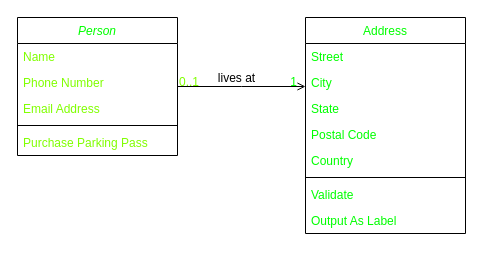
Before: UMLDiagram.drawio in Michalju/week3_day5_homework, a draw.io diagram. Source tidied: cells renumbered, new cells numbered last; positions are measured from the earlier drawing's top-left corner, leaving out a move shared by most shapes. Both pictures are drawn from the tidied source at 100%, with x=0, y=0 at pixel (17, 17).
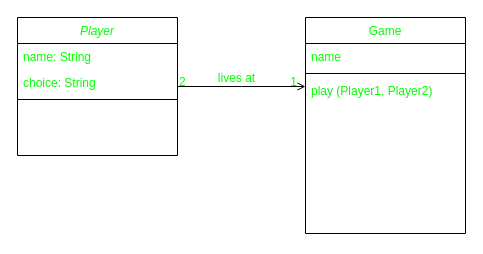
The same page after the edit.

Commit message:
created uml class design

Diff of the diagram source:
```diff
@@
-    <mxCell id="2" value="Person" style="swimlane;fontStyle=2;align=center;verticalAlign=top;horizontal=1;startSize=26;rounded=0;shadow=0;strokeWidth=1;fontColor=#00FF00;" parent="1" vertex="1">
+    <mxCell id="2" value="Player" style="swimlane;fontStyle=2;align=center;verticalAlign=top;horizontal=1;startSize=26;rounded=0;shadow=0;strokeWidth=1;fontColor=#00FF00;" parent="1" vertex="1">
       <mxGeometry width="160" height="138" as="geometry" />
     </mxCell>
-    <mxCell id="3" value="Name" style="text;align=left;verticalAlign=top;spacingLeft=4;spacingRight=4;overflow=hidden;fontColor=#80FF00;" parent="2" vertex="1">
+    <mxCell id="3" value="name: String" style="text;align=left;verticalAlign=top;spacingLeft=4;spacingRight=4;overflow=hidden;fontColor=#00FF00;" parent="2" vertex="1">
       <mxGeometry y="26" width="160" height="26" as="geometry" />
     </mxCell>
-    <mxCell id="4" value="Phone Number" style="text;align=left;verticalAlign=top;spacingLeft=4;spacingRight=4;overflow=hidden;rounded=0;shadow=0;html=0;fontColor=#80FF00;" parent="2" vertex="1">
+    <mxCell id="4" value="choice: String" style="text;align=left;verticalAlign=top;spacingLeft=4;spacingRight=4;overflow=hidden;rounded=0;shadow=0;html=0;fontColor=#00FF00;" parent="2" vertex="1">
       <mxGeometry y="52" width="160" height="26" as="geometry" />
     </mxCell>
-    <mxCell id="5" value="Email Address" style="text;align=left;verticalAlign=top;spacingLeft=4;spacingRight=4;overflow=hidden;rounded=0;shadow=0;html=0;fontColor=#80FF00;" parent="2" vertex="1">
-      <mxGeometry y="78" width="160" height="26" as="geometry" />
-    </mxCell>
-    <mxCell id="6" style="line;html=1;strokeWidth=1;align=left;verticalAlign=middle;spacingTop=-1;spacingLeft=3;spacingRight=3;labelPosition=right;fontColor=#80FF00;" parent="2" vertex="1">
-      <mxGeometry y="104" width="160" height="8" as="geometry" />
+    <mxCell id="6" style="line;html=1;strokeWidth=1;align=left;verticalAlign=middle;spacingTop=-1;spacingLeft=3;spacingRight=3;labelPosition=right;fontColor=#00FF00;" parent="2" vertex="1">
+      <mxGeometry y="78" width="160" height="8" as="geometry" />
     </mxCell>
-    <mxCell id="7" value="Purchase Parking Pass" style="text;align=left;verticalAlign=top;spacingLeft=4;spacingRight=4;overflow=hidden;fontColor=#80FF00;" parent="2" vertex="1">
-      <mxGeometry y="112" width="160" height="26" as="geometry" />
-    </mxCell>
-    <mxCell id="8" value="Address" style="swimlane;fontStyle=0;align=center;verticalAlign=top;horizontal=1;startSize=26;rounded=0;shadow=0;strokeWidth=1;fontColor=#00FF00;" parent="1" vertex="1">
+    <mxCell id="8" value="Game" style="swimlane;fontStyle=0;align=center;verticalAlign=top;horizontal=1;startSize=26;rounded=0;shadow=0;strokeWidth=1;fontColor=#00FF00;" parent="1" vertex="1">
       <mxGeometry x="288" width="160" height="216" as="geometry" />
     </mxCell>
-    <mxCell id="9" value="Street" style="text;align=left;verticalAlign=top;spacingLeft=4;spacingRight=4;overflow=hidden;fontColor=#00FF00;" parent="8" vertex="1">
+    <mxCell id="9" value="name" style="text;align=left;verticalAlign=top;spacingLeft=4;spacingRight=4;overflow=hidden;fontColor=#00FF00;" parent="8" vertex="1">
       <mxGeometry y="26" width="160" height="26" as="geometry" />
     </mxCell>
-    <mxCell id="10" value="City" style="text;align=left;verticalAlign=top;spacingLeft=4;spacingRight=4;overflow=hidden;rounded=0;shadow=0;html=0;fontColor=#00FF00;" parent="8" vertex="1">
-      <mxGeometry y="52" width="160" height="26" as="geometry" />
-    </mxCell>
-    <mxCell id="11" value="State" style="text;align=left;verticalAlign=top;spacingLeft=4;spacingRight=4;overflow=hidden;rounded=0;shadow=0;html=0;fontColor=#00FF00;" parent="8" vertex="1">
-      <mxGeometry y="78" width="160" height="26" as="geometry" />
-    </mxCell>
-    <mxCell id="12" value="Postal Code" style="text;align=left;verticalAlign=top;spacingLeft=4;spacingRight=4;overflow=hidden;rounded=0;shadow=0;html=0;fontColor=#00FF00;" parent="8" vertex="1">
-      <mxGeometry y="104" width="160" height="26" as="geometry" />
-    </mxCell>
-    <mxCell id="13" value="Country" style="text;align=left;verticalAlign=top;spacingLeft=4;spacingRight=4;overflow=hidden;rounded=0;shadow=0;html=0;fontColor=#00FF00;" parent="8" vertex="1">
-      <mxGeometry y="130" width="160" height="26" as="geometry" />
-    </mxCell>
     <mxCell id="14" style="line;html=1;strokeWidth=1;align=left;verticalAlign=middle;spacingTop=-1;spacingLeft=3;spacingRight=3;labelPosition=right;fontColor=#00FF00;" parent="8" vertex="1">
-      <mxGeometry y="156" width="160" height="8" as="geometry" />
+      <mxGeometry y="52" width="160" height="8" as="geometry" />
     </mxCell>
-    <mxCell id="15" value="Validate" style="text;align=left;verticalAlign=top;spacingLeft=4;spacingRight=4;overflow=hidden;fontColor=#00FF00;" parent="8" vertex="1">
-      <mxGeometry y="164" width="160" height="26" as="geometry" />
+    <mxCell id="15" value="play (Player1, Player2)" style="text;align=left;verticalAlign=top;spacingLeft=4;spacingRight=4;overflow=hidden;fontColor=#00FF00;" parent="8" vertex="1">
+      <mxGeometry y="60" width="160" height="26" as="geometry" />
     </mxCell>
-    <mxCell id="16" value="Output As Label" style="text;align=left;verticalAlign=top;spacingLeft=4;spacingRight=4;overflow=hidden;fontColor=#00FF00;" parent="8" vertex="1">
-      <mxGeometry y="190" width="160" height="26" as="geometry" />
-    </mxCell>
-    <mxCell id="17" style="endArrow=open;shadow=0;strokeWidth=1;rounded=0;endFill=1;edgeStyle=elbowEdgeStyle;elbow=vertical;" parent="1" edge="1" source="2" target="8">
+    <mxCell id="17" style="endArrow=open;shadow=0;strokeWidth=1;rounded=0;endFill=1;edgeStyle=elbowEdgeStyle;elbow=vertical;fontColor=#00FF00;" parent="1" edge="1" source="2" target="8">
       <mxGeometry x="0.5" y="41" relative="1" as="geometry">
         <mxPoint x="-40" y="32" as="offset" />
       </mxGeometry>
     </mxCell>
-    <mxCell id="18" value="0..1" style="align=left;verticalAlign=bottom;labelBackgroundColor=none;fontSize=12;fontColor=#80FF00;" parent="17" vertex="1">
+    <mxCell id="18" value="2" style="align=left;verticalAlign=bottom;labelBackgroundColor=none;fontSize=12;fontColor=#00FF00;" parent="17" vertex="1">
       <mxGeometry x="-1" relative="1" as="geometry">
         <mxPoint y="4" as="offset" />
       </mxGeometry>
     </mxCell>
@@
-    <mxCell id="20" value="lives at" style="text;html=1;align=center;verticalAlign=middle;labelBackgroundColor=none;rounded=0;shadow=0;strokeWidth=1;fontSize=12;" parent="17" vertex="1">
+    <mxCell id="20" value="lives at" style="text;html=1;align=center;verticalAlign=middle;labelBackgroundColor=none;rounded=0;shadow=0;strokeWidth=1;fontSize=12;fontColor=#00FF00;" parent="17" vertex="1">
       <mxGeometry x="0.5" y="49" relative="1" as="geometry">
         <mxPoint x="-38" y="40" as="offset" />
       </mxGeometry>
     </mxCell>
```
